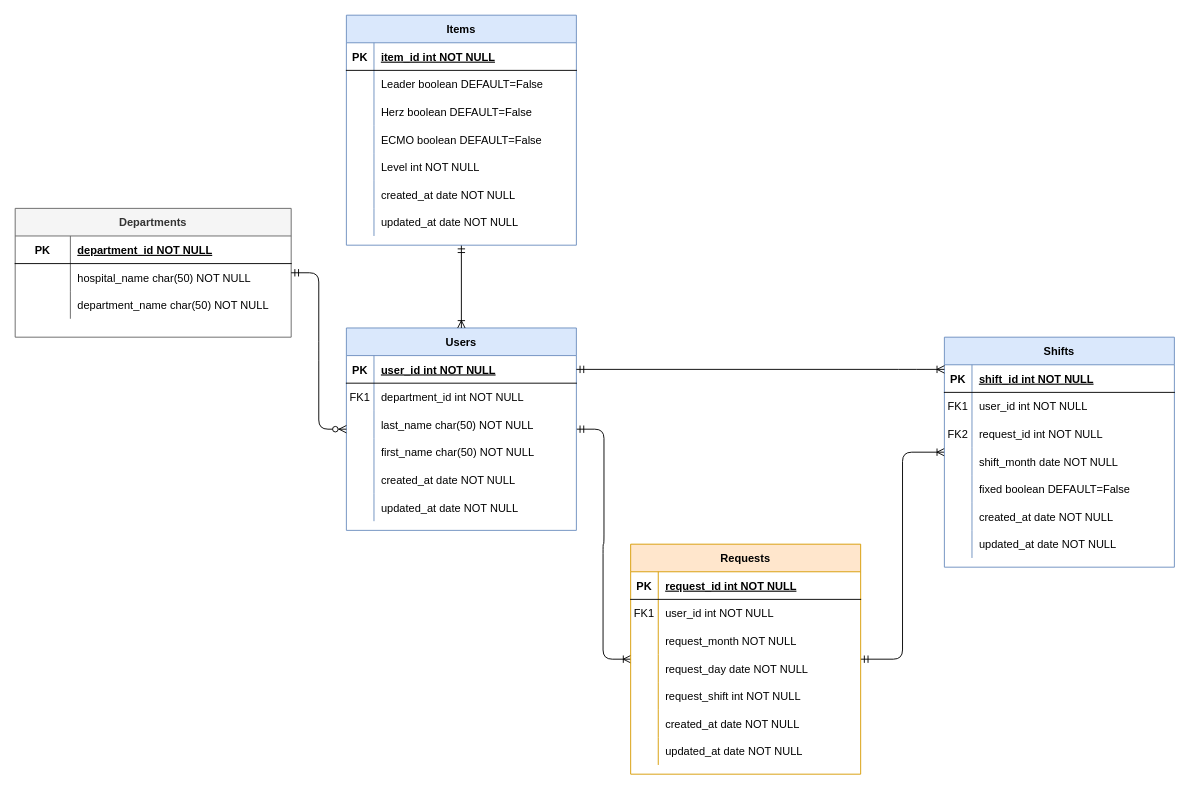
Before: database_schema.drawio in yktt-nuane/shiftmaking-past, a draw.io diagram. Source tidied: cells renumbered, new cells numbered last; positions are measured from the earlier drawing's top-left corner, leaving out a move shared by most shapes. Both pictures are drawn from the tidied source at 92%, with x=0, y=0 at pixel (15, 15).
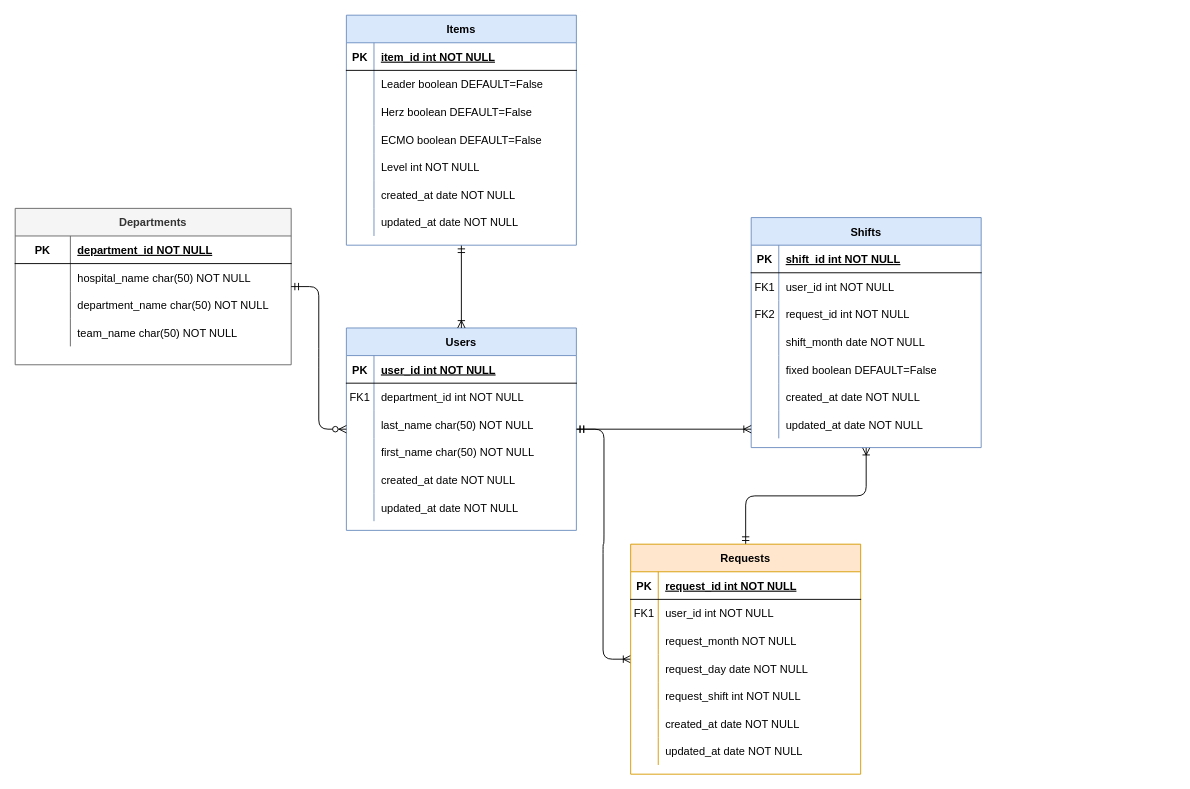
The same diagram, later.

Commit message:
database_schema.drawio を更新します

The edit, as a diff of the source:
```diff
@@
     <mxCell id="45" value="Departments" style="shape=table;startSize=30;childLayout=tableLayout;rowLines=0;fontStyle=1;align=center;fillColor=#f5f5f5;fontColor=#333333;strokeColor=#666666;" parent="1" vertex="1">
-      <mxGeometry y="210" width="300" height="140" as="geometry" />
+      <mxGeometry y="210" width="300" height="170" as="geometry" />
     </mxCell>
@@
+    <mxCell id="102" style="shape=tableRow;horizontal=0;startSize=0;swimlaneHead=0;swimlaneBody=0;fillColor=none;top=0;left=0;right=0;bottom=0;" parent="45" vertex="1">
+      <mxGeometry y="120" width="300" height="30" as="geometry" />
+    </mxCell>
+    <mxCell id="103" style="shape=partialRectangle;fillColor=none;top=0;left=0;bottom=0;right=0;overflow=hidden;" parent="102" vertex="1">
+      <mxGeometry width="60" height="30" as="geometry" />
+    </mxCell>
+    <mxCell id="104" value="team_name char(50) NOT NULL" style="shape=partialRectangle;fillColor=none;top=0;left=0;bottom=0;right=0;align=left;spacingLeft=6;overflow=hidden;" parent="102" vertex="1">
+      <mxGeometry x="60" width="240" height="30" as="geometry" />
+    </mxCell>
@@
     <mxCell id="56" value="Shifts" style="shape=table;startSize=30;childLayout=tableLayout;rowLines=0;fontStyle=1;align=center;fillColor=#dae8fc;strokeColor=#6c8ebf;" parent="1" vertex="1">
-      <mxGeometry x="1010" y="350" width="250" height="250" as="geometry" />
+      <mxGeometry x="800" y="220" width="250" height="250" as="geometry" />
     </mxCell>
```
